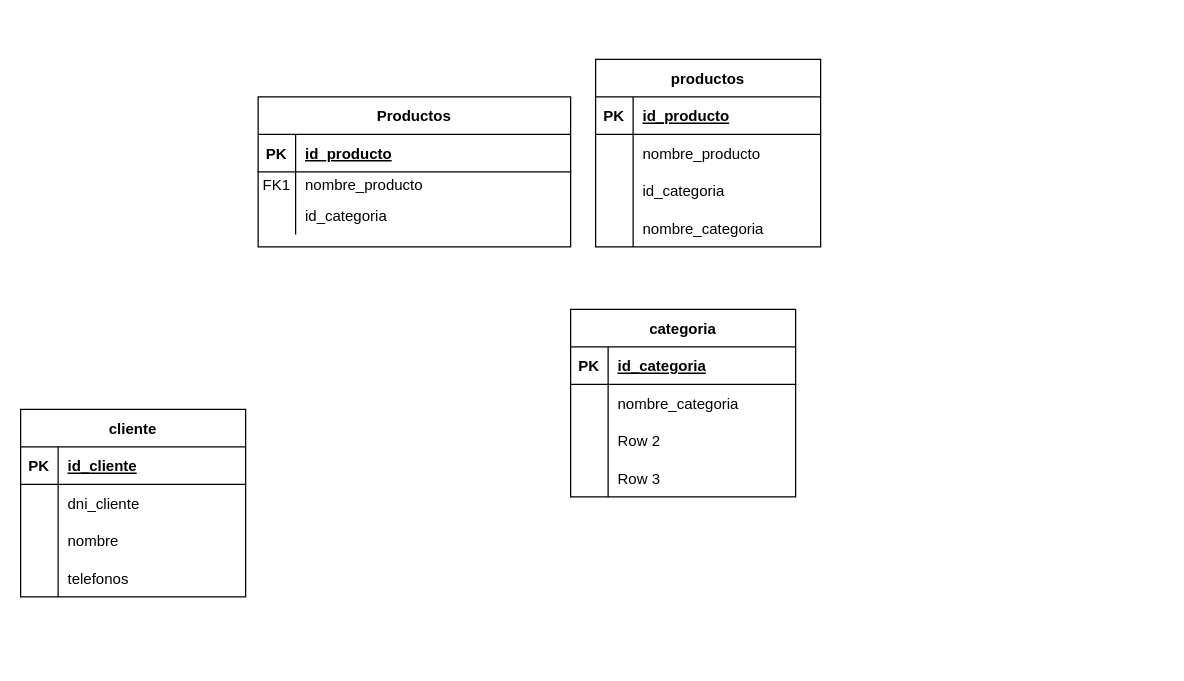
Earlier version of the draw.io diagram Diagrama sin título.drawio (galvarezz09/DBA001). Source tidied: cells renumbered, new cells numbered last; positions are measured from the earlier drawing's top-left corner, leaving out a move shared by most shapes. Both pictures are drawn from the tidied source at 125%, with x=0, y=0 at pixel (20, 59).
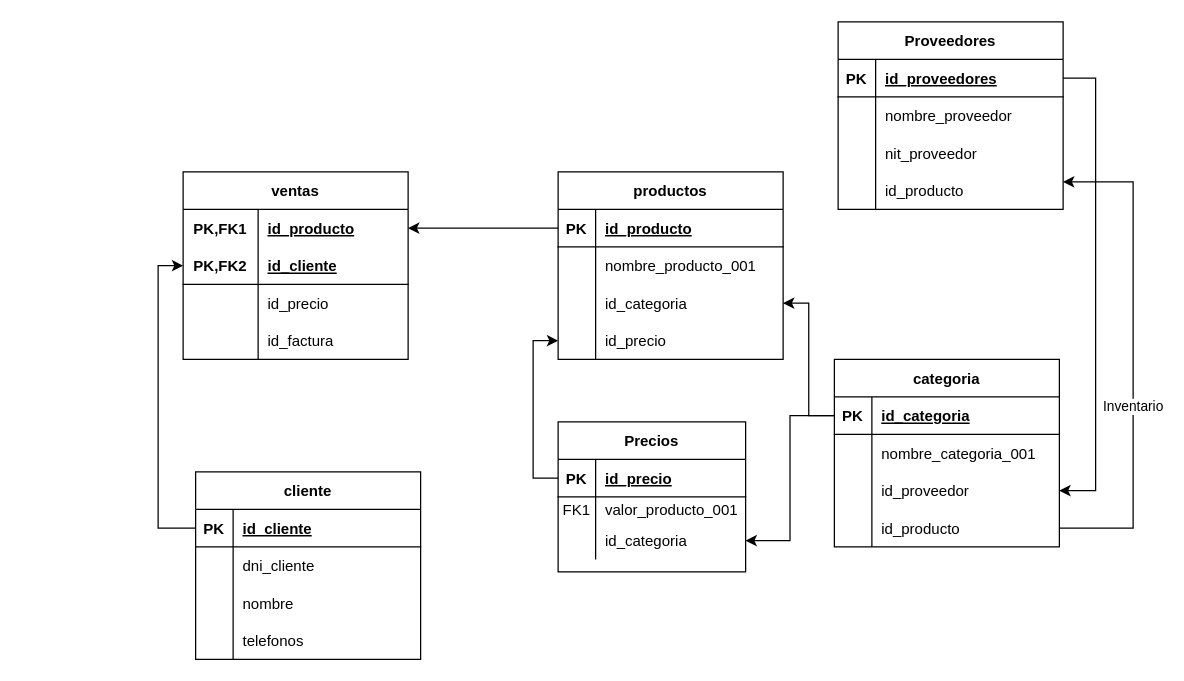
Above is the later version.

The change refers to these unchanged cells:
```xml
<mxCell id="13" style="shape=tableRow;horizontal=0;startSize=0;swimlaneHead=0;swimlaneBody=0;fillColor=none;points=[[0,0.5],[1,0.5]];portConstraint=eastwest;top=0;left=0;right=0;bottom=1;" parent="12" vertex="1">
  <mxGeometry y="30" width="180" height="30" as="geometry" />
</mxCell>
<mxCell id="26" style="shape=tableRow;horizontal=0;startSize=0;swimlaneHead=0;swimlaneBody=0;fillColor=none;points=[[0,0.5],[1,0.5]];portConstraint=eastwest;top=0;left=0;right=0;bottom=1;" parent="25" vertex="1">
  <mxGeometry y="30" width="180" height="30" as="geometry" />
</mxCell>
<mxCell id="29" style="shape=tableRow;horizontal=0;startSize=0;swimlaneHead=0;swimlaneBody=0;fillColor=none;top=0;left=0;right=0;bottom=0;" parent="25" vertex="1">
  <mxGeometry y="60" width="180" height="30" as="geometry" />
</mxCell>
<mxCell id="32" style="shape=tableRow;horizontal=0;startSize=0;swimlaneHead=0;swimlaneBody=0;fillColor=none;points=[[0,0.5],[1,0.5]];portConstraint=eastwest;top=0;left=0;right=0;bottom=0;" parent="25" vertex="1">
  <mxGeometry y="90" width="180" height="30" as="geometry" />
</mxCell>
<mxCell id="35" style="shape=tableRow;horizontal=0;startSize=0;swimlaneHead=0;swimlaneBody=0;fillColor=none;points=[[0,0.5],[1,0.5]];portConstraint=eastwest;top=0;left=0;right=0;bottom=0;" parent="25" vertex="1">
  <mxGeometry y="120" width="180" height="30" as="geometry" />
</mxCell>
<mxCell id="39" style="shape=tableRow;horizontal=0;startSize=0;swimlaneHead=0;swimlaneBody=0;fillColor=none;points=[[0,0.5],[1,0.5]];portConstraint=eastwest;top=0;left=0;right=0;bottom=1;" parent="38" vertex="1">
  <mxGeometry y="30" width="180" height="30" as="geometry" />
</mxCell>
<mxCell id="42" style="shape=tableRow;horizontal=0;startSize=0;swimlaneHead=0;swimlaneBody=0;fillColor=none;top=0;left=0;right=0;bottom=0;" parent="38" vertex="1">
  <mxGeometry y="60" width="180" height="30" as="geometry" />
</mxCell>
<mxCell id="45" style="shape=tableRow;horizontal=0;startSize=0;swimlaneHead=0;swimlaneBody=0;fillColor=none;points=[[0,0.5],[1,0.5]];portConstraint=eastwest;top=0;left=0;right=0;bottom=0;" parent="38" vertex="1">
  <mxGeometry y="90" width="180" height="30" as="geometry" />
</mxCell>
<mxCell id="48" style="shape=tableRow;horizontal=0;startSize=0;swimlaneHead=0;swimlaneBody=0;fillColor=none;points=[[0,0.5],[1,0.5]];portConstraint=eastwest;top=0;left=0;right=0;bottom=0;" parent="38" vertex="1">
  <mxGeometry y="120" width="180" height="30" as="geometry" />
</mxCell>
```

Diff of the diagram source:
```diff
@@
-    <mxCell id="2" value="Productos" style="shape=table;startSize=30;childLayout=tableLayout;rowLines=0;fontStyle=1;align=center;" parent="1" vertex="1">
-      <mxGeometry x="190" y="30" width="250" height="120" as="geometry" />
+    <mxCell id="2" value="Precios" style="shape=table;startSize=30;childLayout=tableLayout;rowLines=0;fontStyle=1;align=center;" parent="1" vertex="1">
+      <mxGeometry x="430" y="290" width="150" height="120" as="geometry" />
     </mxCell>
     <mxCell id="3" style="shape=partialRectangle;fillColor=none;points=[[0,0.5],[1,0.5]];portConstraint=eastwest;top=0;left=0;right=0;bottom=1;" parent="2" vertex="1">
-      <mxGeometry y="30" width="250" height="30" as="geometry" />
+      <mxGeometry y="30" width="150" height="30" as="geometry" />
     </mxCell>
@@
-    <mxCell id="5" value="id_producto" style="shape=partialRectangle;overflow=hidden;fillColor=none;top=0;left=0;bottom=0;right=0;align=left;spacingLeft=6;fontStyle=5;" parent="3" vertex="1">
-      <mxGeometry x="30" width="220" height="30" as="geometry" />
+    <mxCell id="5" value="id_precio" style="shape=partialRectangle;overflow=hidden;fillColor=none;top=0;left=0;bottom=0;right=0;align=left;spacingLeft=6;fontStyle=5;" parent="3" vertex="1">
+      <mxGeometry x="30" width="120" height="30" as="geometry" />
     </mxCell>
     <mxCell id="6" style="shape=partialRectangle;fillColor=none;top=0;left=0;right=0;bottom=0;" parent="2" vertex="1">
-      <mxGeometry y="60" width="250" height="20" as="geometry" />
+      <mxGeometry y="60" width="150" height="20" as="geometry" />
     </mxCell>
@@
-    <mxCell id="8" value="nombre_producto" style="shape=partialRectangle;overflow=hidden;fillColor=none;top=0;left=0;bottom=0;right=0;align=left;spacingLeft=6;" parent="6" vertex="1">
-      <mxGeometry x="30" width="220" height="20" as="geometry" />
+    <mxCell id="8" value="valor_producto_001" style="shape=partialRectangle;overflow=hidden;fillColor=none;top=0;left=0;bottom=0;right=0;align=left;spacingLeft=6;" parent="6" vertex="1">
+      <mxGeometry x="30" width="120" height="20" as="geometry" />
     </mxCell>
     <mxCell id="9" style="shape=partialRectangle;fillColor=none;points=[[0,0.5],[1,0.5]];portConstraint=eastwest;top=0;left=0;right=0;bottom=0;" parent="2" vertex="1">
-      <mxGeometry y="80" width="250" height="30" as="geometry" />
+      <mxGeometry y="80" width="150" height="30" as="geometry" />
     </mxCell>
@@
     <mxCell id="11" value="id_categoria" style="shape=partialRectangle;overflow=hidden;fillColor=none;top=0;left=0;bottom=0;right=0;align=left;spacingLeft=6;" parent="9" vertex="1">
-      <mxGeometry x="30" width="220" height="30" as="geometry" />
+      <mxGeometry x="30" width="120" height="30" as="geometry" />
     </mxCell>
     <mxCell id="12" value="cliente" style="shape=table;startSize=30;childLayout=tableLayout;rowLines=0;fontStyle=1;align=center;" parent="1" vertex="1">
-      <mxGeometry y="280" width="180" height="150" as="geometry" />
+      <mxGeometry x="140" y="330" width="180" height="150" as="geometry" />
     </mxCell>
@@
     <mxCell id="25" value="productos" style="shape=table;startSize=30;childLayout=tableLayout;rowLines=0;fontStyle=1;align=center;" parent="1" vertex="1">
-      <mxGeometry x="460" width="180" height="150" as="geometry" />
+      <mxGeometry x="430" y="90" width="180" height="150" as="geometry" />
     </mxCell>
@@
-    <mxCell id="31" value="nombre_producto" style="shape=partialRectangle;fillColor=none;top=0;left=0;bottom=0;right=0;align=left;spacingLeft=6;overflow=hidden;" parent="29" vertex="1">
+    <mxCell id="31" value="nombre_producto_001" style="shape=partialRectangle;fillColor=none;top=0;left=0;bottom=0;right=0;align=left;spacingLeft=6;overflow=hidden;" parent="29" vertex="1">
       <mxGeometry x="30" width="150" height="30" as="geometry" />
     </mxCell>
@@
-    <mxCell id="37" value="nombre_categoria" style="shape=partialRectangle;fillColor=none;top=0;left=0;bottom=0;right=0;align=left;spacingLeft=6;overflow=hidden;" parent="35" vertex="1">
+    <mxCell id="37" value="id_precio" style="shape=partialRectangle;fillColor=none;top=0;left=0;bottom=0;right=0;align=left;spacingLeft=6;overflow=hidden;" parent="35" vertex="1">
       <mxGeometry x="30" width="150" height="30" as="geometry" />
     </mxCell>
     <mxCell id="38" value="categoria" style="shape=table;startSize=30;childLayout=tableLayout;rowLines=0;fontStyle=1;align=center;" parent="1" vertex="1">
-      <mxGeometry x="440" y="200" width="180" height="150" as="geometry" />
+      <mxGeometry x="651" y="240" width="180" height="150" as="geometry" />
     </mxCell>
@@
-    <mxCell id="44" value="nombre_categoria" style="shape=partialRectangle;fillColor=none;top=0;left=0;bottom=0;right=0;align=left;spacingLeft=6;overflow=hidden;" parent="42" vertex="1">
+    <mxCell id="44" value="nombre_categoria_001" style="shape=partialRectangle;fillColor=none;top=0;left=0;bottom=0;right=0;align=left;spacingLeft=6;overflow=hidden;" parent="42" vertex="1">
       <mxGeometry x="30" width="150" height="30" as="geometry" />
     </mxCell>
@@
-    <mxCell id="47" value="Row 2" style="shape=partialRectangle;fillColor=none;top=0;left=0;bottom=0;right=0;align=left;spacingLeft=6;overflow=hidden;" parent="45" vertex="1">
+    <mxCell id="47" value="id_proveedor" style="shape=partialRectangle;fillColor=none;top=0;left=0;bottom=0;right=0;align=left;spacingLeft=6;overflow=hidden;" parent="45" vertex="1">
       <mxGeometry x="30" width="150" height="30" as="geometry" />
     </mxCell>
@@
-    <mxCell id="50" value="Row 3" style="shape=partialRectangle;fillColor=none;top=0;left=0;bottom=0;right=0;align=left;spacingLeft=6;overflow=hidden;" parent="48" vertex="1">
+    <mxCell id="50" value="id_producto" style="shape=partialRectangle;fillColor=none;top=0;left=0;bottom=0;right=0;align=left;spacingLeft=6;overflow=hidden;" parent="48" vertex="1">
       <mxGeometry x="30" width="150" height="30" as="geometry" />
     </mxCell>
+    <mxCell id="51" style="edgeStyle=orthogonalEdgeStyle;rounded=0;jettySize=auto;html=1;exitX=0;exitY=0.5;exitDx=0;exitDy=0;entryX=1;entryY=0.5;entryDx=0;entryDy=0;" parent="1" edge="1" source="39" target="32">
+      <mxGeometry relative="1" as="geometry" />
+    </mxCell>
+    <mxCell id="52" value="ventas" style="shape=table;startSize=30;childLayout=tableLayout;rowLines=0;fontStyle=1;align=center;" parent="1" vertex="1">
+      <mxGeometry x="130" y="90" width="180" height="150" as="geometry" />
+    </mxCell>
+    <mxCell id="53" style="shape=tableRow;horizontal=0;startSize=0;swimlaneHead=0;swimlaneBody=0;fillColor=none;points=[[0,0.5],[1,0.5]];portConstraint=eastwest;top=0;left=0;right=0;bottom=0;" parent="52" vertex="1">
+      <mxGeometry y="30" width="180" height="30" as="geometry" />
+    </mxCell>
+    <mxCell id="54" value="PK,FK1" style="shape=partialRectangle;fillColor=none;top=0;left=0;bottom=0;right=0;fontStyle=1;overflow=hidden;" parent="53" vertex="1">
+      <mxGeometry width="60" height="30" as="geometry" />
+    </mxCell>
+    <mxCell id="55" value="id_producto" style="shape=partialRectangle;fillColor=none;top=0;left=0;bottom=0;right=0;align=left;spacingLeft=6;fontStyle=5;overflow=hidden;" parent="53" vertex="1">
+      <mxGeometry x="60" width="120" height="30" as="geometry" />
+    </mxCell>
+    <mxCell id="56" style="shape=tableRow;horizontal=0;startSize=0;swimlaneHead=0;swimlaneBody=0;fillColor=none;points=[[0,0.5],[1,0.5]];portConstraint=eastwest;top=0;left=0;right=0;bottom=1;" parent="52" vertex="1">
+      <mxGeometry y="60" width="180" height="30" as="geometry" />
+    </mxCell>
+    <mxCell id="57" value="PK,FK2" style="shape=partialRectangle;fillColor=none;top=0;left=0;bottom=0;right=0;fontStyle=1;overflow=hidden;" parent="56" vertex="1">
+      <mxGeometry width="60" height="30" as="geometry" />
+    </mxCell>
+    <mxCell id="58" value="id_cliente" style="shape=partialRectangle;fillColor=none;top=0;left=0;bottom=0;right=0;align=left;spacingLeft=6;fontStyle=5;overflow=hidden;" parent="56" vertex="1">
+      <mxGeometry x="60" width="120" height="30" as="geometry" />
+    </mxCell>
+    <mxCell id="59" style="shape=tableRow;horizontal=0;startSize=0;swimlaneHead=0;swimlaneBody=0;fillColor=none;top=0;left=0;right=0;bottom=0;" parent="52" vertex="1">
+      <mxGeometry y="90" width="180" height="30" as="geometry" />
+    </mxCell>
+    <mxCell id="60" style="shape=partialRectangle;fillColor=none;top=0;left=0;bottom=0;right=0;overflow=hidden;" parent="59" vertex="1">
+      <mxGeometry width="60" height="30" as="geometry" />
+    </mxCell>
+    <mxCell id="61" value="id_precio" style="shape=partialRectangle;fillColor=none;top=0;left=0;bottom=0;right=0;align=left;spacingLeft=6;overflow=hidden;" parent="59" vertex="1">
+      <mxGeometry x="60" width="120" height="30" as="geometry" />
+    </mxCell>
+    <mxCell id="62" style="shape=tableRow;horizontal=0;startSize=0;swimlaneHead=0;swimlaneBody=0;fillColor=none;top=0;left=0;right=0;bottom=0;" parent="52" vertex="1">
+      <mxGeometry y="120" width="180" height="30" as="geometry" />
+    </mxCell>
+    <mxCell id="63" style="shape=partialRectangle;fillColor=none;top=0;left=0;bottom=0;right=0;overflow=hidden;" parent="62" vertex="1">
+      <mxGeometry width="60" height="30" as="geometry" />
+    </mxCell>
+    <mxCell id="64" value="id_factura" style="shape=partialRectangle;fillColor=none;top=0;left=0;bottom=0;right=0;align=left;spacingLeft=6;overflow=hidden;" parent="62" vertex="1">
+      <mxGeometry x="60" width="120" height="30" as="geometry" />
+    </mxCell>
+    <mxCell id="65" style="edgeStyle=orthogonalEdgeStyle;rounded=0;jettySize=auto;html=1;exitX=0;exitY=0.5;exitDx=0;exitDy=0;entryX=0;entryY=0.5;entryDx=0;entryDy=0;" parent="1" edge="1" source="3" target="35">
+      <mxGeometry relative="1" as="geometry" />
+    </mxCell>
+    <mxCell id="66" style="edgeStyle=orthogonalEdgeStyle;rounded=0;jettySize=auto;html=1;exitX=0;exitY=0.5;exitDx=0;exitDy=0;entryX=1;entryY=0.5;entryDx=0;entryDy=0;" parent="1" edge="1" source="39" target="9">
+      <mxGeometry relative="1" as="geometry" />
+    </mxCell>
+    <mxCell id="67" style="edgeStyle=orthogonalEdgeStyle;rounded=0;jettySize=auto;html=1;exitX=0;exitY=0.5;exitDx=0;exitDy=0;entryX=1;entryY=0.5;entryDx=0;entryDy=0;" parent="1" edge="1" source="26" target="53">
+      <mxGeometry relative="1" as="geometry" />
+    </mxCell>
+    <mxCell id="68" style="edgeStyle=orthogonalEdgeStyle;rounded=0;jettySize=auto;html=1;exitX=0;exitY=0.5;exitDx=0;exitDy=0;entryX=0;entryY=0.5;entryDx=0;entryDy=0;" parent="1" edge="1" source="13" target="56">
+      <mxGeometry relative="1" as="geometry" />
+    </mxCell>
+    <mxCell id="69" value="Proveedores" style="shape=table;startSize=30;childLayout=tableLayout;rowLines=0;fontStyle=1;align=center;" parent="1" vertex="1">
+      <mxGeometry x="654" y="-30" width="180" height="150" as="geometry" />
+    </mxCell>
+    <mxCell id="70" style="shape=tableRow;horizontal=0;startSize=0;swimlaneHead=0;swimlaneBody=0;fillColor=none;points=[[0,0.5],[1,0.5]];portConstraint=eastwest;top=0;left=0;right=0;bottom=1;" parent="69" vertex="1">
+      <mxGeometry y="30" width="180" height="30" as="geometry" />
+    </mxCell>
+    <mxCell id="71" value="PK" style="shape=partialRectangle;fillColor=none;top=0;left=0;bottom=0;right=0;fontStyle=1;overflow=hidden;" parent="70" vertex="1">
+      <mxGeometry width="30" height="30" as="geometry" />
+    </mxCell>
+    <mxCell id="72" value="id_proveedores" style="shape=partialRectangle;fillColor=none;top=0;left=0;bottom=0;right=0;align=left;spacingLeft=6;fontStyle=5;overflow=hidden;" parent="70" vertex="1">
+      <mxGeometry x="30" width="150" height="30" as="geometry" />
+    </mxCell>
+    <mxCell id="73" style="shape=tableRow;horizontal=0;startSize=0;swimlaneHead=0;swimlaneBody=0;fillColor=none;top=0;left=0;right=0;bottom=0;" parent="69" vertex="1">
+      <mxGeometry y="60" width="180" height="30" as="geometry" />
+    </mxCell>
+    <mxCell id="74" style="shape=partialRectangle;fillColor=none;top=0;left=0;bottom=0;right=0;overflow=hidden;" parent="73" vertex="1">
+      <mxGeometry width="30" height="30" as="geometry" />
+    </mxCell>
+    <mxCell id="75" value="nombre_proveedor" style="shape=partialRectangle;fillColor=none;top=0;left=0;bottom=0;right=0;align=left;spacingLeft=6;overflow=hidden;" parent="73" vertex="1">
+      <mxGeometry x="30" width="150" height="30" as="geometry" />
+    </mxCell>
+    <mxCell id="76" style="shape=tableRow;horizontal=0;startSize=0;swimlaneHead=0;swimlaneBody=0;fillColor=none;top=0;left=0;right=0;bottom=0;" parent="69" vertex="1">
+      <mxGeometry y="90" width="180" height="30" as="geometry" />
+    </mxCell>
+    <mxCell id="77" style="shape=partialRectangle;fillColor=none;top=0;left=0;bottom=0;right=0;overflow=hidden;" parent="76" vertex="1">
+      <mxGeometry width="30" height="30" as="geometry" />
+    </mxCell>
+    <mxCell id="78" value="nit_proveedor" style="shape=partialRectangle;fillColor=none;top=0;left=0;bottom=0;right=0;align=left;spacingLeft=6;overflow=hidden;" parent="76" vertex="1">
+      <mxGeometry x="30" width="150" height="30" as="geometry" />
+    </mxCell>
+    <mxCell id="79" style="shape=tableRow;horizontal=0;startSize=0;swimlaneHead=0;swimlaneBody=0;fillColor=none;points=[[0,0.5],[1,0.5]];portConstraint=eastwest;top=0;left=0;right=0;bottom=0;" parent="69" vertex="1">
+      <mxGeometry y="120" width="180" height="30" as="geometry" />
+    </mxCell>
+    <mxCell id="80" style="shape=partialRectangle;fillColor=none;top=0;left=0;bottom=0;right=0;overflow=hidden;" parent="79" vertex="1">
+      <mxGeometry width="30" height="30" as="geometry" />
+    </mxCell>
+    <mxCell id="81" value="id_producto" style="shape=partialRectangle;fillColor=none;top=0;left=0;bottom=0;right=0;align=left;spacingLeft=6;overflow=hidden;" parent="79" vertex="1">
+      <mxGeometry x="30" width="150" height="30" as="geometry" />
+    </mxCell>
+    <mxCell id="82" style="edgeStyle=orthogonalEdgeStyle;rounded=0;jettySize=auto;html=1;exitX=1;exitY=0.5;exitDx=0;exitDy=0;entryX=1;entryY=0.5;entryDx=0;entryDy=0;" parent="1" edge="1" source="70" target="45">
+      <mxGeometry relative="1" as="geometry">
+        <Array as="points">
+          <mxPoint x="860" y="15" />
+          <mxPoint x="860" y="345" />
+        </Array>
+      </mxGeometry>
+    </mxCell>
+    <mxCell id="83" style="edgeStyle=orthogonalEdgeStyle;rounded=0;jettySize=auto;html=1;exitX=1;exitY=0.5;exitDx=0;exitDy=0;entryX=1;entryY=0.267;entryDx=0;entryDy=0;entryPerimeter=0;" parent="1" edge="1" source="48" target="79">
+      <mxGeometry relative="1" as="geometry">
+        <Array as="points">
+          <mxPoint x="890" y="375" />
+          <mxPoint x="890" y="98" />
+        </Array>
+      </mxGeometry>
+    </mxCell>
+    <mxCell id="84" value="Inventario" style="edgeLabel;html=1;align=center;verticalAlign=middle;" parent="83" vertex="1">
+      <mxGeometry x="-0.2" y="1" relative="1" as="geometry" />
+    </mxCell>
```
